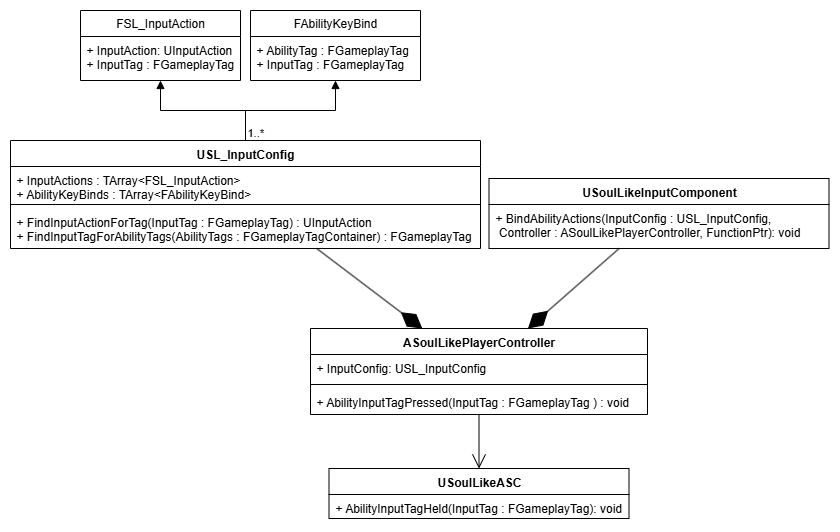
Earlier version of the draw.io export Images/KeyBindFlow.png (jhness99/SoulLike). Source tidied: cells renumbered, new cells last; positions are measured from the earlier drawing's top-left corner, leaving out a move shared by most shapes.
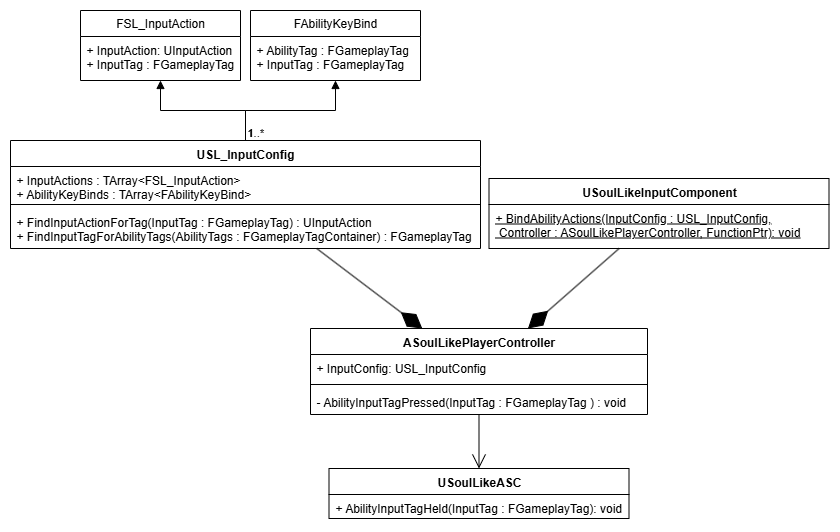
The same diagram one commit later.

Diff of the diagram source:
```diff
@@ -2,73 +2,73 @@
   <root>
     <mxCell id="0" />
     <mxCell id="1" parent="0" />
-    <mxCell id="2" value="USoulLikeInputComponent" style="swimlane;fontStyle=1;align=center;verticalAlign=top;horizontal=1;startSize=26;whiteSpace=wrap;html=1;" parent="1" vertex="1">
+    <mxCell id="2" value="USoulLikeInputComponent" style="swimlane;fontStyle=1;align=center;verticalAlign=top;horizontal=1;startSize=26;whiteSpace=wrap;html=1;labelBackgroundColor=none;" parent="1" vertex="1">
       <mxGeometry x="478.5" y="168" width="340" height="70" as="geometry" />
     </mxCell>
-    <mxCell id="3" value="+ BindAbilityActions(InputConfig : USL_InputConfig,&lt;br&gt;&amp;nbsp;Controller : ASoulLikePlayerController, FunctionPtr): void" style="text;strokeColor=none;fillColor=none;align=left;verticalAlign=top;spacingLeft=4;spacingRight=4;overflow=hidden;whiteSpace=wrap;html=1;" parent="2" vertex="1">
+    <mxCell id="3" value="&lt;u&gt;+ BindAbilityActions(InputConfig : USL_InputConfig,&lt;br&gt;&amp;nbsp;Controller : ASoulLikePlayerController, FunctionPtr): void&lt;/u&gt;" style="text;strokeColor=none;fillColor=none;align=left;verticalAlign=top;spacingLeft=4;spacingRight=4;overflow=hidden;whiteSpace=wrap;html=1;labelBackgroundColor=none;" parent="2" vertex="1">
       <mxGeometry y="26" width="340" height="44" as="geometry" />
     </mxCell>
-    <mxCell id="4" value="ASoulLikePlayerController" style="swimlane;fontStyle=1;align=center;verticalAlign=top;horizontal=1;startSize=26;whiteSpace=wrap;html=1;" parent="1" vertex="1">
+    <mxCell id="4" value="ASoulLikePlayerController" style="swimlane;fontStyle=1;align=center;verticalAlign=top;horizontal=1;startSize=26;whiteSpace=wrap;html=1;labelBackgroundColor=none;" parent="1" vertex="1">
       <mxGeometry x="300" y="318" width="337" height="86" as="geometry" />
     </mxCell>
-    <mxCell id="5" value="+ InputConfig: USL_InputConfig" style="text;strokeColor=none;fillColor=none;align=left;verticalAlign=top;spacingLeft=4;spacingRight=4;overflow=hidden;whiteSpace=wrap;html=1;" parent="4" vertex="1">
+    <mxCell id="5" value="+ InputConfig: USL_InputConfig" style="text;strokeColor=none;fillColor=none;align=left;verticalAlign=top;spacingLeft=4;spacingRight=4;overflow=hidden;whiteSpace=wrap;html=1;labelBackgroundColor=none;" parent="4" vertex="1">
       <mxGeometry y="26" width="337" height="26" as="geometry" />
     </mxCell>
-    <mxCell id="6" style="line;strokeWidth=1;fillColor=none;align=left;verticalAlign=middle;spacingTop=-1;spacingLeft=3;spacingRight=3;labelPosition=right;strokeColor=inherit;" parent="4" vertex="1">
+    <mxCell id="6" style="line;strokeWidth=1;fillColor=none;align=left;verticalAlign=middle;spacingTop=-1;spacingLeft=3;spacingRight=3;labelPosition=right;labelBackgroundColor=none;" parent="4" vertex="1">
       <mxGeometry y="52" width="337" height="8" as="geometry" />
     </mxCell>
-    <mxCell id="7" value="+ AbilityInputTagPressed(InputTag : FGameplayTag&amp;nbsp;) : void" style="text;strokeColor=none;fillColor=none;align=left;verticalAlign=top;spacingLeft=4;spacingRight=4;overflow=hidden;whiteSpace=wrap;html=1;" parent="4" vertex="1">
+    <mxCell id="7" value="- AbilityInputTagPressed(InputTag : FGameplayTag&amp;nbsp;) : void" style="text;strokeColor=none;fillColor=none;align=left;verticalAlign=top;spacingLeft=4;spacingRight=4;overflow=hidden;whiteSpace=wrap;html=1;labelBackgroundColor=none;" parent="4" vertex="1">
       <mxGeometry y="60" width="337" height="26" as="geometry" />
     </mxCell>
-    <mxCell id="8" style="endArrow=diamondThin;endFill=1;endSize=24;html=1;rounded=0;" parent="1" edge="1" source="2" target="4">
+    <mxCell id="8" style="endArrow=diamondThin;endFill=1;endSize=24;html=1;rounded=0;labelBackgroundColor=none;fontColor=default;" parent="1" edge="1" source="2" target="4">
       <mxGeometry relative="1" as="geometry" />
     </mxCell>
-    <mxCell id="9" style="endArrow=open;endFill=1;endSize=12;html=1;rounded=0;" parent="1" edge="1" source="4" target="10">
+    <mxCell id="9" style="endArrow=open;endFill=1;endSize=12;html=1;rounded=0;labelBackgroundColor=none;fontColor=default;" parent="1" edge="1" source="4" target="10">
       <mxGeometry relative="1" as="geometry" />
     </mxCell>
-    <mxCell id="10" value="USoulLikeASC" style="swimlane;fontStyle=1;align=center;verticalAlign=top;horizontal=1;startSize=26;whiteSpace=wrap;html=1;" parent="1" vertex="1">
+    <mxCell id="10" value="USoulLikeASC" style="swimlane;fontStyle=1;align=center;verticalAlign=top;horizontal=1;startSize=26;whiteSpace=wrap;html=1;labelBackgroundColor=none;" parent="1" vertex="1">
       <mxGeometry x="318.5" y="458" width="300" height="50" as="geometry" />
     </mxCell>
-    <mxCell id="11" value="+ AbilityInputTagHeld(InputTag : FGameplayTag): void" style="text;strokeColor=none;fillColor=none;align=left;verticalAlign=top;spacingLeft=4;spacingRight=4;overflow=hidden;whiteSpace=wrap;html=1;" parent="10" vertex="1">
+    <mxCell id="11" value="+ AbilityInputTagHeld(InputTag : FGameplayTag): void" style="text;strokeColor=none;fillColor=none;align=left;verticalAlign=top;spacingLeft=4;spacingRight=4;overflow=hidden;whiteSpace=wrap;html=1;labelBackgroundColor=none;" parent="10" vertex="1">
       <mxGeometry y="26" width="300" height="24" as="geometry" />
     </mxCell>
-    <mxCell id="12" style="endArrow=diamondThin;endFill=1;endSize=24;html=1;rounded=0;" parent="1" edge="1" source="13" target="4">
+    <mxCell id="12" style="endArrow=diamondThin;endFill=1;endSize=24;html=1;rounded=0;labelBackgroundColor=none;fontColor=default;" parent="1" edge="1" source="13" target="4">
       <mxGeometry relative="1" as="geometry" />
     </mxCell>
-    <mxCell id="13" value="USL_InputConfig" style="swimlane;fontStyle=1;align=center;verticalAlign=top;horizontal=1;startSize=26;whiteSpace=wrap;html=1;" parent="1" vertex="1">
+    <mxCell id="13" value="USL_InputConfig" style="swimlane;fontStyle=1;align=center;verticalAlign=top;horizontal=1;startSize=26;whiteSpace=wrap;html=1;labelBackgroundColor=none;" parent="1" vertex="1">
       <mxGeometry y="130" width="470" height="108" as="geometry" />
     </mxCell>
-    <mxCell id="14" value="+ InputActions : TArray&amp;lt;FSL_InputAction&amp;gt;&lt;div&gt;+ AbilityKeyBinds : TArray&amp;lt;FAbilityKeyBind&amp;gt;&lt;/div&gt;" style="text;strokeColor=none;fillColor=none;align=left;verticalAlign=top;spacingLeft=4;spacingRight=4;overflow=hidden;whiteSpace=wrap;html=1;" parent="13" vertex="1">
+    <mxCell id="14" value="+ InputActions : TArray&amp;lt;FSL_InputAction&amp;gt;&lt;div&gt;+ AbilityKeyBinds : TArray&amp;lt;FAbilityKeyBind&amp;gt;&lt;/div&gt;" style="text;strokeColor=none;fillColor=none;align=left;verticalAlign=top;spacingLeft=4;spacingRight=4;overflow=hidden;whiteSpace=wrap;html=1;labelBackgroundColor=none;" parent="13" vertex="1">
       <mxGeometry y="26" width="470" height="34" as="geometry" />
     </mxCell>
-    <mxCell id="15" style="line;strokeWidth=1;fillColor=none;align=left;verticalAlign=middle;spacingTop=-1;spacingLeft=3;spacingRight=3;labelPosition=right;strokeColor=inherit;" parent="13" vertex="1">
+    <mxCell id="15" style="line;strokeWidth=1;fillColor=none;align=left;verticalAlign=middle;spacingTop=-1;spacingLeft=3;spacingRight=3;labelPosition=right;labelBackgroundColor=none;" parent="13" vertex="1">
       <mxGeometry y="60" width="470" height="8" as="geometry" />
     </mxCell>
-    <mxCell id="16" value="+ FindInputActionForTag(InputTag : FGameplayTag) : UInputAction&lt;div&gt;+ FindInputTagForAbilityTags(AbilityTags : FGameplayTagContainer) : FGameplayTag&amp;nbsp;&lt;/div&gt;" style="text;strokeColor=none;fillColor=none;align=left;verticalAlign=top;spacingLeft=4;spacingRight=4;overflow=hidden;whiteSpace=wrap;html=1;" parent="13" vertex="1">
+    <mxCell id="16" value="+ FindInputActionForTag(InputTag : FGameplayTag) : UInputAction&lt;div&gt;+ FindInputTagForAbilityTags(AbilityTags : FGameplayTagContainer) : FGameplayTag&amp;nbsp;&lt;/div&gt;" style="text;strokeColor=none;fillColor=none;align=left;verticalAlign=top;spacingLeft=4;spacingRight=4;overflow=hidden;whiteSpace=wrap;html=1;labelBackgroundColor=none;" parent="13" vertex="1">
       <mxGeometry y="68" width="470" height="40" as="geometry" />
     </mxCell>
-    <mxCell id="17" value="FSL_InputAction" style="swimlane;fontStyle=0;horizontal=1;startSize=26;fillColor=none;whiteSpace=wrap;html=1;" parent="1" vertex="1">
+    <mxCell id="17" value="FSL_InputAction" style="swimlane;fontStyle=0;horizontal=1;startSize=26;fillColor=none;whiteSpace=wrap;html=1;labelBackgroundColor=none;" parent="1" vertex="1">
       <mxGeometry x="70" width="160" height="70" as="geometry" />
     </mxCell>
-    <mxCell id="18" value="+ InputAction: UInputAction&lt;div&gt;+ InputTag : FGameplayTag&lt;/div&gt;" style="text;strokeColor=none;fillColor=none;align=left;verticalAlign=top;spacingLeft=4;spacingRight=4;overflow=hidden;whiteSpace=wrap;html=1;" parent="17" vertex="1">
+    <mxCell id="18" value="+ InputAction: UInputAction&lt;div&gt;+ InputTag : FGameplayTag&lt;/div&gt;" style="text;strokeColor=none;fillColor=none;align=left;verticalAlign=top;spacingLeft=4;spacingRight=4;overflow=hidden;whiteSpace=wrap;html=1;labelBackgroundColor=none;" parent="17" vertex="1">
       <mxGeometry y="26" width="160" height="44" as="geometry" />
     </mxCell>
-    <mxCell id="19" value="FAbilityKeyBind" style="swimlane;fontStyle=0;horizontal=1;startSize=26;fillColor=none;whiteSpace=wrap;html=1;" parent="1" vertex="1">
+    <mxCell id="19" value="FAbilityKeyBind" style="swimlane;fontStyle=0;horizontal=1;startSize=26;fillColor=none;whiteSpace=wrap;html=1;labelBackgroundColor=none;" parent="1" vertex="1">
       <mxGeometry x="240" width="170" height="70" as="geometry" />
     </mxCell>
-    <mxCell id="20" value="+ AbilityTag : FGameplayTag&lt;div&gt;+ InputTag : FGameplayTag&lt;/div&gt;" style="text;strokeColor=none;fillColor=none;align=left;verticalAlign=top;spacingLeft=4;spacingRight=4;overflow=hidden;whiteSpace=wrap;html=1;" parent="19" vertex="1">
+    <mxCell id="20" value="+ AbilityTag : FGameplayTag&lt;div&gt;+ InputTag : FGameplayTag&lt;/div&gt;" style="text;strokeColor=none;fillColor=none;align=left;verticalAlign=top;spacingLeft=4;spacingRight=4;overflow=hidden;whiteSpace=wrap;html=1;labelBackgroundColor=none;" parent="19" vertex="1">
       <mxGeometry y="26" width="170" height="44" as="geometry" />
     </mxCell>
-    <mxCell id="21" style="endArrow=block;endFill=1;html=1;edgeStyle=orthogonalEdgeStyle;align=left;verticalAlign=top;rounded=0;" parent="1" edge="1" source="13" target="17">
+    <mxCell id="21" style="endArrow=block;endFill=1;html=1;edgeStyle=orthogonalEdgeStyle;align=left;verticalAlign=top;rounded=0;labelBackgroundColor=none;fontColor=default;" parent="1" edge="1" source="13" target="17">
       <mxGeometry x="-1" relative="1" as="geometry" />
     </mxCell>
-    <mxCell id="22" value="1..*" style="edgeLabel;html=1;align=left;verticalAlign=bottom;" parent="21" vertex="1">
+    <mxCell id="22" value="1..*" style="edgeLabel;html=1;align=left;verticalAlign=bottom;labelBackgroundColor=none;" parent="21" vertex="1">
       <mxGeometry x="-1" relative="1" as="geometry" />
     </mxCell>
-    <mxCell id="23" style="endArrow=block;endFill=1;html=1;edgeStyle=orthogonalEdgeStyle;align=left;verticalAlign=top;rounded=0;exitX=0.5;exitY=0;exitDx=0;exitDy=0;" parent="1" edge="1" source="13" target="19">
+    <mxCell id="23" style="endArrow=block;endFill=1;html=1;edgeStyle=orthogonalEdgeStyle;align=left;verticalAlign=top;rounded=0;exitX=0.5;exitY=0;exitDx=0;exitDy=0;labelBackgroundColor=none;fontColor=default;" parent="1" edge="1" source="13" target="19">
       <mxGeometry x="-1" relative="1" as="geometry" />
     </mxCell>
-    <mxCell id="24" value="1" style="edgeLabel;html=1;align=left;verticalAlign=bottom;" parent="23" vertex="1">
+    <mxCell id="24" value="1" style="edgeLabel;html=1;align=left;verticalAlign=bottom;labelBackgroundColor=none;" parent="23" vertex="1">
       <mxGeometry x="-1" relative="1" as="geometry" />
     </mxCell>
   </root>
```
